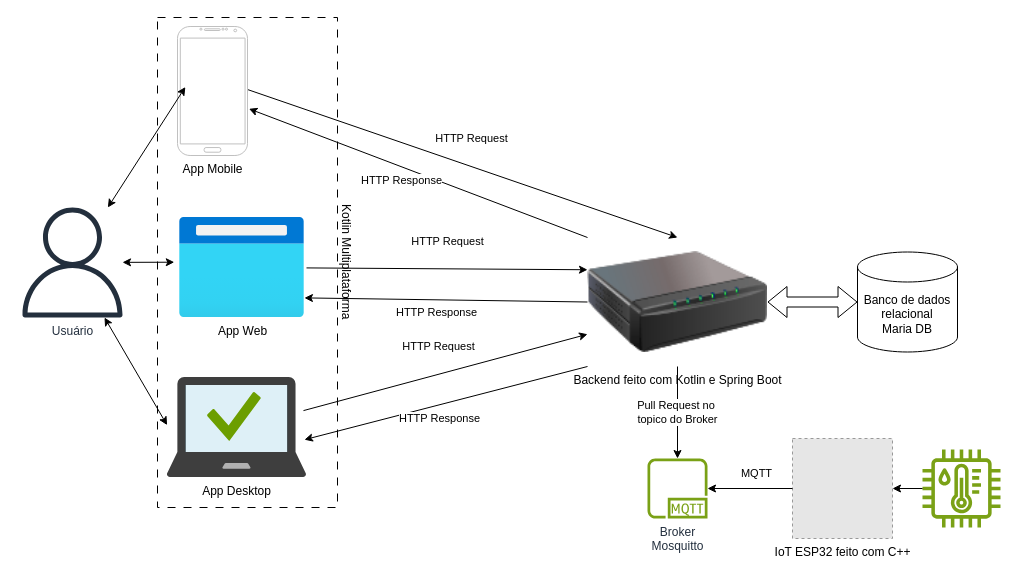
Before: docs/docs_arquitetura/arquitetura_projeto.drawio in Tavaressan/cafey, a draw.io diagram. Source tidied: cells renumbered, new cells numbered last; positions are measured from the earlier drawing's top-left corner, leaving out a move shared by most shapes. Both pictures are drawn from the tidied source at 100%, with x=0, y=0 at pixel (17, 17). Pictures stored in the file or linked from it are replaced by grey dashed boxes.
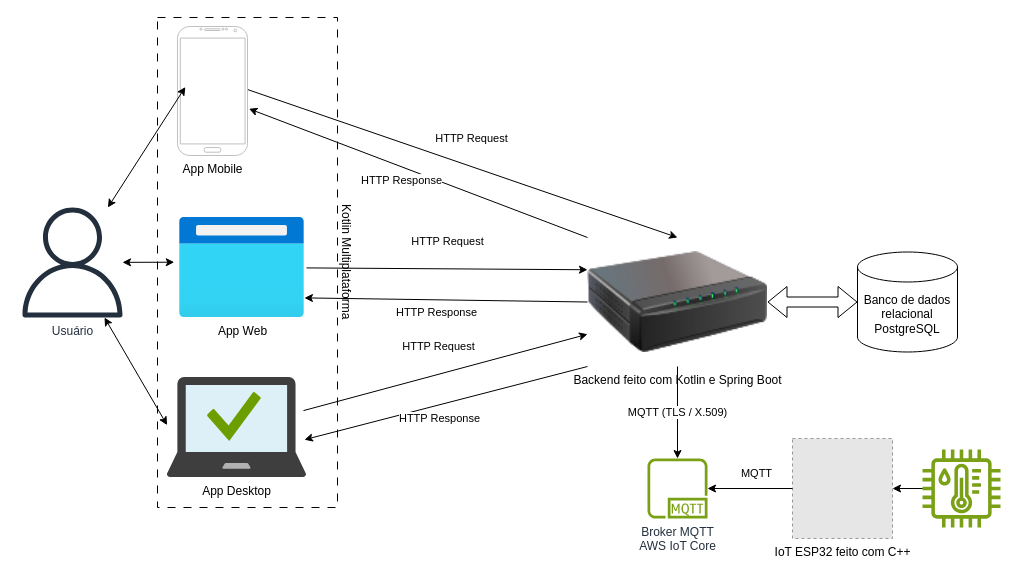
The same page after the edit.

Commit message:
docs: atualizar diagrama de arquitetura draw.io com PostgreSQL e AWS IoT Core

- Atualiza o banco de dados relacional de MariaDB para PostgreSQL
- Atualiza o broker MQTT de Mosquitto para AWS IoT Core (MQTT sobre TLS / X.509)
- Corrige a comunicacao entre backend e broker para MQTT direto

Closes #87

Unchanged cells that the change refers to:
```xml
<mxCell id="10" value="Backend feito com Kotlin e Spring Boot" style="image;html=1;image=img/lib/clip_art/networking/Print_Server_128x128.png;" parent="1" vertex="1">
  <mxGeometry x="570" y="220" width="180" height="129" as="geometry" />
</mxCell>
```

The edit, as a diff of the source:
```diff
@@
-    <mxCell id="17" value="Banco de dados relacional&lt;div&gt;Maria DB&lt;/div&gt;" style="shape=cylinder3;whiteSpace=wrap;html=1;boundedLbl=1;backgroundOutline=1;size=15;" parent="1" vertex="1">
+    <mxCell id="17" value="Banco de dados relacional&lt;div&gt;PostgreSQL&lt;/div&gt;" style="shape=cylinder3;whiteSpace=wrap;html=1;boundedLbl=1;backgroundOutline=1;size=15;" parent="1" vertex="1">
       <mxGeometry x="840" y="234.5" width="100" height="100" as="geometry" />
     </mxCell>
@@
-    <mxCell id="22" value="Broker&lt;div&gt;Mosquitto&lt;/div&gt;" style="sketch=0;outlineConnect=0;fontColor=#232F3E;gradientColor=none;fillColor=#7AA116;strokeColor=none;dashed=0;verticalLabelPosition=bottom;verticalAlign=top;align=center;html=1;fontSize=12;fontStyle=0;shape=mxgraph.aws4.mqtt_protocol;" parent="1" vertex="1">
+    <mxCell id="22" value="Broker MQTT&lt;div&gt;AWS IoT Core&lt;/div&gt;" style="sketch=0;outlineConnect=0;fontColor=#232F3E;gradientColor=none;fillColor=#7AA116;strokeColor=none;dashed=0;verticalLabelPosition=bottom;verticalAlign=top;align=center;html=1;fontSize=12;fontStyle=0;shape=mxgraph.aws4.mqtt_protocol;" parent="1" vertex="1">
       <mxGeometry x="630" y="441" width="60" height="60" as="geometry" />
     </mxCell>
@@
-    <mxCell id="24" value="Pull Request no&amp;nbsp;&lt;div&gt;topico do Broker&lt;/div&gt;" style="endArrow=classic;html=1;rounded=0;exitX=0.5;exitY=1;exitDx=0;exitDy=0;" parent="1" edge="1" source="10" target="22">
+    <mxCell id="24" value="MQTT (TLS / X.509)" style="endArrow=classic;html=1;rounded=0;exitX=0.5;exitY=1;exitDx=0;exitDy=0;" parent="1" edge="1" source="10" target="22">
       <mxGeometry relative="1" as="geometry" />
     </mxCell>
```
